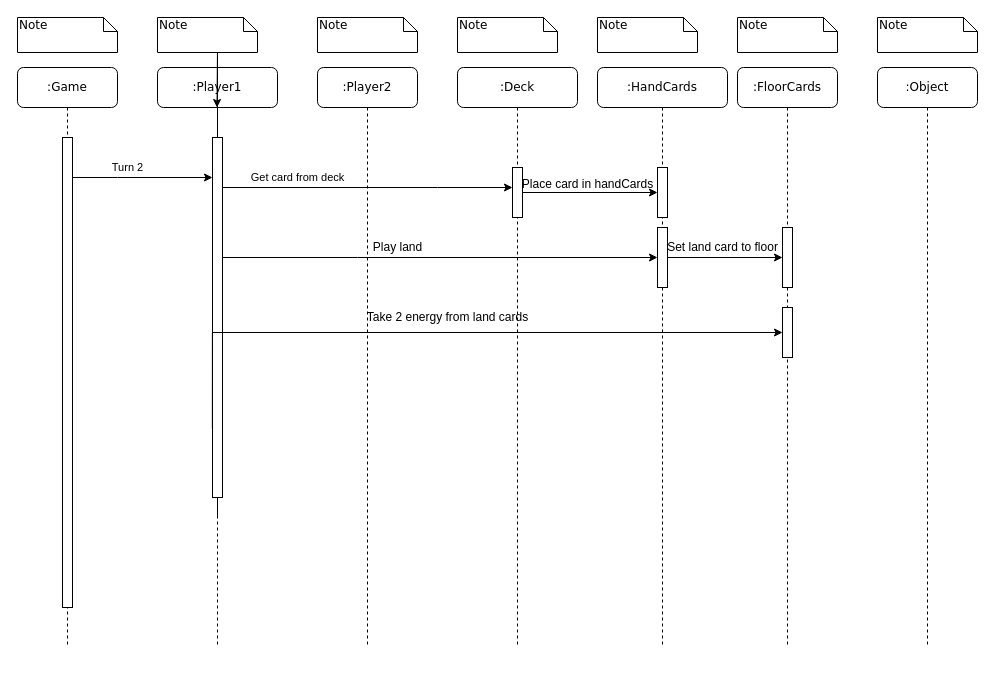
This is TheGatheringConsole/SequenceDiagram.drawio from erngul/Anlyse-7-The-gathering, a draw.io file, before an edit. Source tidied: cells renumbered, new cells numbered last; positions are measured from the earlier drawing's top-left corner, leaving out a move shared by most shapes. Both pictures are drawn from the tidied source at 100%, with x=0, y=0 at pixel (17, 17).
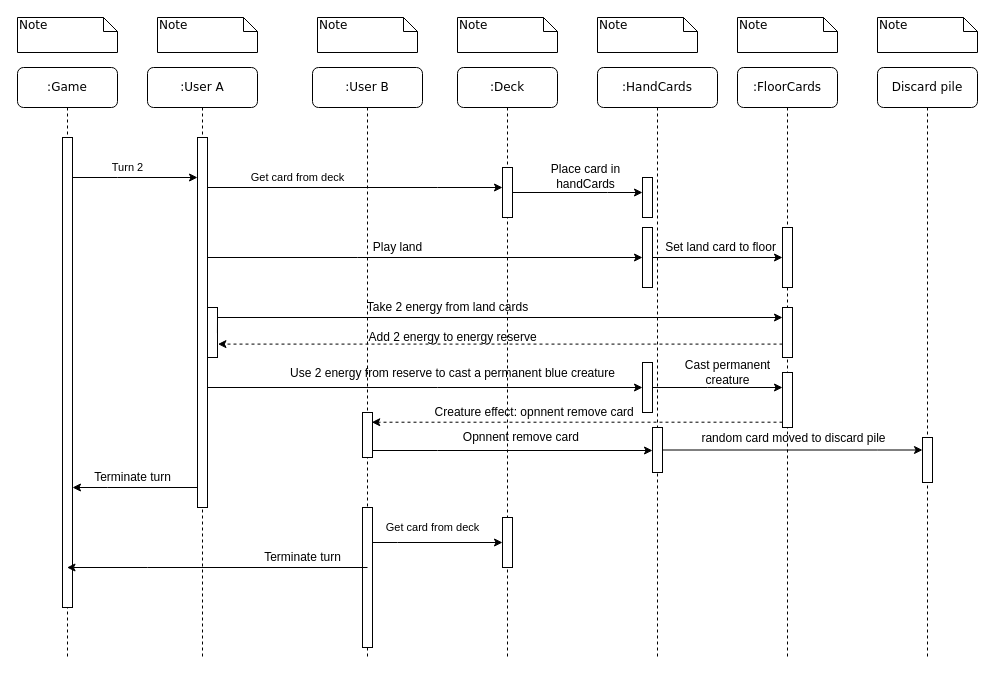
The same page after the edit.

Commit message (it also covers changes not shown here):
diagram finnished

Unchanged cells that the change refers to:
```xml
<mxCell id="8" style="html=1;points=[];perimeter=orthogonalPerimeter;rounded=0;shadow=0;comic=0;labelBackgroundColor=none;strokeWidth=1;fontFamily=Verdana;fontSize=12;align=center;" parent="6" vertex="1">
  <mxGeometry x="45" y="240" width="10" height="50" as="geometry" />
</mxCell>
<mxCell id="15" style="html=1;points=[];perimeter=orthogonalPerimeter;rounded=0;shadow=0;comic=0;labelBackgroundColor=none;strokeWidth=1;fontFamily=Verdana;fontSize=12;align=center;" parent="14" vertex="1">
  <mxGeometry x="45" y="70" width="10" height="470" as="geometry" />
</mxCell>
```

Diff of the diagram source:
```diff
@@
     <mxCell id="2" value=":Deck" style="shape=umlLifeline;perimeter=lifelinePerimeter;whiteSpace=wrap;html=1;rounded=1;shadow=0;comic=0;labelBackgroundColor=none;strokeWidth=1;fontFamily=Verdana;fontSize=12;align=center;" parent="1" vertex="1">
-      <mxGeometry x="440" y="50" width="120" height="580" as="geometry" />
+      <mxGeometry x="440" y="50" width="100" height="590" as="geometry" />
     </mxCell>
     <mxCell id="3" style="html=1;points=[];perimeter=orthogonalPerimeter;rounded=0;shadow=0;comic=0;labelBackgroundColor=none;strokeWidth=1;fontFamily=Verdana;fontSize=12;align=center;" parent="2" vertex="1">
-      <mxGeometry x="55" y="100" width="10" height="50" as="geometry" />
+      <mxGeometry x="45" y="100" width="10" height="50" as="geometry" />
     </mxCell>
+    <mxCell id="35" value="Take 2 energy from land cards" style="text;html=1;align=center;verticalAlign=middle;strokeColor=none;fillColor=none;" parent="2" vertex="1">
+      <mxGeometry x="-100" y="230" width="180" height="20" as="geometry" />
+    </mxCell>
+    <mxCell id="36" value="Creature effect: opnnent remove card&amp;nbsp;&amp;nbsp;" style="text;html=1;align=center;verticalAlign=middle;strokeColor=none;fillColor=none;" parent="2" vertex="1">
+      <mxGeometry x="-30" y="335" width="220" height="20" as="geometry" />
+    </mxCell>
+    <mxCell id="37" style="html=1;points=[];perimeter=orthogonalPerimeter;rounded=0;shadow=0;comic=0;labelBackgroundColor=none;strokeWidth=1;fontFamily=Verdana;fontSize=12;align=center;" parent="2" vertex="1">
+      <mxGeometry x="45" y="450" width="10" height="50" as="geometry" />
+    </mxCell>
     <mxCell id="4" value=":HandCards" style="shape=umlLifeline;perimeter=lifelinePerimeter;whiteSpace=wrap;html=1;rounded=1;shadow=0;comic=0;labelBackgroundColor=none;strokeWidth=1;fontFamily=Verdana;fontSize=12;align=center;" parent="1" vertex="1">
-      <mxGeometry x="580" y="50" width="130" height="580" as="geometry" />
+      <mxGeometry x="580" y="50" width="120" height="590" as="geometry" />
     </mxCell>
     <mxCell id="5" style="html=1;points=[];perimeter=orthogonalPerimeter;rounded=0;shadow=0;comic=0;labelBackgroundColor=none;strokeWidth=1;fontFamily=Verdana;fontSize=12;align=center;" parent="4" vertex="1">
-      <mxGeometry x="60" y="160" width="10" height="60" as="geometry" />
+      <mxGeometry x="45" y="160" width="10" height="60" as="geometry" />
     </mxCell>
+    <mxCell id="38" style="html=1;points=[];perimeter=orthogonalPerimeter;rounded=0;shadow=0;comic=0;labelBackgroundColor=none;strokeWidth=1;fontFamily=Verdana;fontSize=12;align=center;" parent="4" vertex="1">
+      <mxGeometry x="45" y="295" width="10" height="50" as="geometry" />
+    </mxCell>
+    <mxCell id="39" value="Cast permanent &lt;br&gt;creature" style="text;html=1;align=center;verticalAlign=middle;strokeColor=none;fillColor=none;" parent="4" vertex="1">
+      <mxGeometry x="80" y="290" width="100" height="30" as="geometry" />
+    </mxCell>
+    <mxCell id="26" style="html=1;points=[];perimeter=orthogonalPerimeter;rounded=0;shadow=0;comic=0;labelBackgroundColor=none;strokeWidth=1;fontFamily=Verdana;fontSize=12;align=center;" parent="4" vertex="1">
+      <mxGeometry x="45" y="110" width="10" height="40" as="geometry" />
+    </mxCell>
+    <mxCell id="40" style="html=1;points=[];perimeter=orthogonalPerimeter;rounded=0;shadow=0;comic=0;labelBackgroundColor=none;strokeWidth=1;fontFamily=Verdana;fontSize=12;align=center;" parent="4" vertex="1">
+      <mxGeometry x="55" y="360" width="10" height="45" as="geometry" />
+    </mxCell>
     <mxCell id="6" value=":FloorCards" style="shape=umlLifeline;perimeter=lifelinePerimeter;whiteSpace=wrap;html=1;rounded=1;shadow=0;comic=0;labelBackgroundColor=none;strokeWidth=1;fontFamily=Verdana;fontSize=12;align=center;" parent="1" vertex="1">
-      <mxGeometry x="720" y="50" width="100" height="580" as="geometry" />
+      <mxGeometry x="720" y="50" width="100" height="590" as="geometry" />
     </mxCell>
@@
+    <mxCell id="41" style="html=1;points=[];perimeter=orthogonalPerimeter;rounded=0;shadow=0;comic=0;labelBackgroundColor=none;strokeWidth=1;fontFamily=Verdana;fontSize=12;align=center;" parent="6" vertex="1">
+      <mxGeometry x="45" y="305" width="10" height="55" as="geometry" />
+    </mxCell>
-    <mxCell id="9" value=":Player1" style="shape=umlLifeline;perimeter=lifelinePerimeter;whiteSpace=wrap;html=1;outlineConnect=0;rounded=1;shadow=0;comic=0;labelBackgroundColor=none;strokeWidth=1;fontFamily=Verdana;fontSize=12;align=center;" parent="1" vertex="1">
-      <mxGeometry x="140" y="50" width="120" height="580" as="geometry" />
+    <mxCell id="9" value=":User A" style="shape=umlLifeline;perimeter=lifelinePerimeter;whiteSpace=wrap;html=1;outlineConnect=0;rounded=1;shadow=0;comic=0;labelBackgroundColor=none;strokeWidth=1;fontFamily=Verdana;fontSize=12;align=center;" parent="1" vertex="1">
+      <mxGeometry x="130" y="50" width="110" height="590" as="geometry" />
     </mxCell>
-    <mxCell id="10" style="edgeStyle=orthogonalEdgeStyle;rounded=0;jettySize=auto;html=1;" parent="9" edge="1" source="11" target="9">
-      <mxGeometry relative="1" as="geometry" />
-    </mxCell>
     <mxCell id="11" style="html=1;points=[];perimeter=orthogonalPerimeter;rounded=0;shadow=0;comic=0;labelBackgroundColor=none;strokeWidth=1;fontFamily=Verdana;fontSize=12;align=center;" parent="9" vertex="1">
-      <mxGeometry x="55" y="70" width="10" height="360" as="geometry" />
+      <mxGeometry x="50" y="70" width="10" height="370" as="geometry" />
     </mxCell>
+    <mxCell id="42" style="html=1;points=[];perimeter=orthogonalPerimeter;rounded=0;shadow=0;comic=0;labelBackgroundColor=none;strokeWidth=1;fontFamily=Verdana;fontSize=12;align=center;" parent="9" vertex="1">
+      <mxGeometry x="60" y="240" width="10" height="50" as="geometry" />
+    </mxCell>
-    <mxCell id="12" value=":Player2" style="shape=umlLifeline;perimeter=lifelinePerimeter;whiteSpace=wrap;html=1;rounded=1;shadow=0;comic=0;labelBackgroundColor=none;strokeWidth=1;fontFamily=Verdana;fontSize=12;align=center;" parent="1" vertex="1">
-      <mxGeometry x="300" y="50" width="100" height="580" as="geometry" />
+    <mxCell id="12" value=":User B" style="shape=umlLifeline;perimeter=lifelinePerimeter;whiteSpace=wrap;html=1;rounded=1;shadow=0;comic=0;labelBackgroundColor=none;strokeWidth=1;fontFamily=Verdana;fontSize=12;align=center;" parent="1" vertex="1">
+      <mxGeometry x="295" y="50" width="110" height="590" as="geometry" />
     </mxCell>
+    <mxCell id="43" value="Use 2 energy from reserve to cast a permanent blue creature" style="text;html=1;align=center;verticalAlign=middle;strokeColor=none;fillColor=none;" parent="12" vertex="1">
+      <mxGeometry x="-30" y="296" width="340" height="20" as="geometry" />
+    </mxCell>
+    <mxCell id="44" style="html=1;points=[];perimeter=orthogonalPerimeter;rounded=0;shadow=0;comic=0;labelBackgroundColor=none;strokeWidth=1;fontFamily=Verdana;fontSize=12;align=center;" parent="12" vertex="1">
+      <mxGeometry x="50" y="345" width="10" height="45" as="geometry" />
+    </mxCell>
+    <mxCell id="45" style="html=1;points=[];perimeter=orthogonalPerimeter;rounded=0;shadow=0;comic=0;labelBackgroundColor=none;strokeWidth=1;fontFamily=Verdana;fontSize=12;align=center;" parent="12" vertex="1">
+      <mxGeometry x="50" y="440" width="10" height="140" as="geometry" />
+    </mxCell>
-    <mxCell id="13" value=":Object" style="shape=umlLifeline;perimeter=lifelinePerimeter;whiteSpace=wrap;html=1;rounded=1;shadow=0;comic=0;labelBackgroundColor=none;strokeWidth=1;fontFamily=Verdana;fontSize=12;align=center;" parent="1" vertex="1">
-      <mxGeometry x="860" y="50" width="100" height="580" as="geometry" />
+    <mxCell id="13" value="Discard pile" style="shape=umlLifeline;perimeter=lifelinePerimeter;whiteSpace=wrap;html=1;rounded=1;shadow=0;comic=0;labelBackgroundColor=none;strokeWidth=1;fontFamily=Verdana;fontSize=12;align=center;" parent="1" vertex="1">
+      <mxGeometry x="860" y="50" width="100" height="590" as="geometry" />
     </mxCell>
+    <mxCell id="46" style="html=1;points=[];perimeter=orthogonalPerimeter;rounded=0;shadow=0;comic=0;labelBackgroundColor=none;strokeWidth=1;fontFamily=Verdana;fontSize=12;align=center;" parent="13" vertex="1">
+      <mxGeometry x="45" y="370" width="10" height="45" as="geometry" />
+    </mxCell>
     <mxCell id="14" value=":Game" style="shape=umlLifeline;perimeter=lifelinePerimeter;whiteSpace=wrap;html=1;outlineConnect=0;rounded=1;shadow=0;comic=0;labelBackgroundColor=none;strokeWidth=1;fontFamily=Verdana;fontSize=12;align=center;" parent="1" vertex="1">
-      <mxGeometry y="50" width="100" height="580" as="geometry" />
+      <mxGeometry y="50" width="100" height="590" as="geometry" />
     </mxCell>
@@
     <mxCell id="25" style="edgeStyle=orthogonalEdgeStyle;rounded=0;jettySize=auto;html=1;" parent="1" edge="1" source="3" target="26">
-      <mxGeometry relative="1" as="geometry" />
+      <mxGeometry relative="1" as="geometry">
+        <Array as="points">
+          <mxPoint x="590" y="175" />
+          <mxPoint x="590" y="175" />
+        </Array>
+      </mxGeometry>
     </mxCell>
-    <mxCell id="26" style="html=1;points=[];perimeter=orthogonalPerimeter;rounded=0;shadow=0;comic=0;labelBackgroundColor=none;strokeWidth=1;fontFamily=Verdana;fontSize=12;align=center;" parent="1" vertex="1">
-      <mxGeometry x="640" y="150" width="10" height="50" as="geometry" />
-    </mxCell>
-    <mxCell id="27" value="Place card in handCards" style="text;html=1;align=center;verticalAlign=middle;strokeColor=none;fillColor=none;" parent="1" vertex="1">
-      <mxGeometry x="495" y="157" width="150" height="20" as="geometry" />
+    <mxCell id="27" value="Place card in &lt;br&gt;handCards" style="text;html=1;align=center;verticalAlign=middle;strokeColor=none;fillColor=none;" parent="1" vertex="1">
+      <mxGeometry x="528" y="144" width="80" height="30" as="geometry" />
     </mxCell>
@@
     <mxCell id="33" value="Set land card to floor" style="text;html=1;align=center;verticalAlign=middle;strokeColor=none;fillColor=none;" parent="1" vertex="1">
-      <mxGeometry x="640" y="220" width="130" height="20" as="geometry" />
+      <mxGeometry x="638" y="220" width="130" height="20" as="geometry" />
     </mxCell>
-    <mxCell id="34" style="edgeStyle=orthogonalEdgeStyle;rounded=0;jettySize=auto;html=1;exitX=-0.014;exitY=0.809;exitDx=0;exitDy=0;exitPerimeter=0;" parent="1" edge="1" source="11" target="8">
+    <mxCell id="34" style="edgeStyle=orthogonalEdgeStyle;rounded=0;jettySize=auto;html=1;exitX=0.995;exitY=0.513;exitDx=0;exitDy=0;exitPerimeter=0;" parent="1" edge="1" source="42" target="8">
       <mxGeometry relative="1" as="geometry">
         <Array as="points">
-          <mxPoint x="195" y="315" />
+          <mxPoint x="200" y="300" />
         </Array>
       </mxGeometry>
     </mxCell>
-    <mxCell id="35" value="Take 2 energy from land cards" style="text;html=1;align=center;verticalAlign=middle;strokeColor=none;fillColor=none;" parent="1" vertex="1">
-      <mxGeometry x="340" y="290" width="180" height="20" as="geometry" />
-    </mxCell>
+    <mxCell id="47" style="edgeStyle=orthogonalEdgeStyle;rounded=0;jettySize=auto;html=1;" parent="1" edge="1" source="11" target="38">
+      <mxGeometry relative="1" as="geometry">
+        <Array as="points">
+          <mxPoint x="420" y="370" />
+          <mxPoint x="420" y="370" />
+        </Array>
+      </mxGeometry>
+    </mxCell>
+    <mxCell id="48" style="edgeStyle=orthogonalEdgeStyle;rounded=0;jettySize=auto;html=1;" parent="1" edge="1" source="38" target="41">
+      <mxGeometry relative="1" as="geometry">
+        <Array as="points">
+          <mxPoint x="690" y="370" />
+          <mxPoint x="690" y="370" />
+        </Array>
+      </mxGeometry>
+    </mxCell>
+    <mxCell id="49" style="edgeStyle=orthogonalEdgeStyle;rounded=0;jettySize=auto;html=1;entryX=1.043;entryY=0.732;entryDx=0;entryDy=0;entryPerimeter=0;dashed=1;" parent="1" edge="1" source="8" target="42">
+      <mxGeometry relative="1" as="geometry">
+        <Array as="points">
+          <mxPoint x="483" y="327" />
+        </Array>
+      </mxGeometry>
+    </mxCell>
+    <mxCell id="50" value="Add 2 energy to energy reserve" style="text;html=1;align=center;verticalAlign=middle;strokeColor=none;fillColor=none;" parent="1" vertex="1">
+      <mxGeometry x="345" y="310" width="180" height="20" as="geometry" />
+    </mxCell>
+    <mxCell id="51" style="edgeStyle=orthogonalEdgeStyle;rounded=0;jettySize=auto;html=1;dashed=1;entryX=0.924;entryY=0.216;entryDx=0;entryDy=0;entryPerimeter=0;" parent="1" edge="1" source="41" target="44">
+      <mxGeometry relative="1" as="geometry">
+        <Array as="points">
+          <mxPoint x="560" y="405" />
+        </Array>
+      </mxGeometry>
+    </mxCell>
+    <mxCell id="52" style="edgeStyle=orthogonalEdgeStyle;rounded=0;jettySize=auto;html=1;" parent="1" edge="1" source="44" target="40">
+      <mxGeometry relative="1" as="geometry">
+        <Array as="points">
+          <mxPoint x="420" y="433" />
+          <mxPoint x="420" y="433" />
+        </Array>
+      </mxGeometry>
+    </mxCell>
+    <mxCell id="53" value="Opnnent remove card&amp;nbsp;" style="text;html=1;align=center;verticalAlign=middle;strokeColor=none;fillColor=none;" parent="1" vertex="1">
+      <mxGeometry x="440" y="410" width="130" height="20" as="geometry" />
+    </mxCell>
+    <mxCell id="54" style="edgeStyle=orthogonalEdgeStyle;rounded=0;jettySize=auto;html=1;" parent="1" edge="1" source="40" target="46">
+      <mxGeometry relative="1" as="geometry">
+        <Array as="points">
+          <mxPoint x="860" y="433" />
+          <mxPoint x="860" y="433" />
+        </Array>
+      </mxGeometry>
+    </mxCell>
+    <mxCell id="55" value="random card moved to discard pile" style="text;html=1;align=center;verticalAlign=middle;strokeColor=none;fillColor=none;" parent="1" vertex="1">
+      <mxGeometry x="676" y="411" width="200" height="20" as="geometry" />
+    </mxCell>
+    <mxCell id="56" style="edgeStyle=orthogonalEdgeStyle;rounded=0;jettySize=auto;html=1;" parent="1" edge="1" source="11" target="15">
+      <mxGeometry relative="1" as="geometry">
+        <Array as="points">
+          <mxPoint x="90" y="470" />
+          <mxPoint x="90" y="470" />
+        </Array>
+      </mxGeometry>
+    </mxCell>
+    <mxCell id="57" value="Terminate turn" style="text;html=1;align=center;verticalAlign=middle;strokeColor=none;fillColor=none;" parent="1" vertex="1">
+      <mxGeometry x="70" y="450" width="90" height="20" as="geometry" />
+    </mxCell>
+    <mxCell id="58" style="edgeStyle=orthogonalEdgeStyle;rounded=0;jettySize=auto;html=1;" parent="1" edge="1" source="45" target="37">
+      <mxGeometry relative="1" as="geometry">
+        <Array as="points">
+          <mxPoint x="380" y="525" />
+          <mxPoint x="380" y="525" />
+        </Array>
+      </mxGeometry>
+    </mxCell>
+    <mxCell id="59" value="&lt;span style=&quot;font-size: 11px ; background-color: rgb(255 , 255 , 255)&quot;&gt;Get card from deck&lt;/span&gt;" style="text;html=1;align=center;verticalAlign=middle;strokeColor=none;fillColor=none;" parent="1" vertex="1">
+      <mxGeometry x="360" y="500" width="110" height="20" as="geometry" />
+    </mxCell>
+    <mxCell id="60" style="edgeStyle=orthogonalEdgeStyle;rounded=0;jettySize=auto;html=1;" parent="1" edge="1" target="14">
+      <mxGeometry relative="1" as="geometry">
+        <mxPoint x="350" y="550" as="sourcePoint" />
+        <Array as="points">
+          <mxPoint x="130" y="550" />
+          <mxPoint x="130" y="550" />
+        </Array>
+      </mxGeometry>
+    </mxCell>
+    <mxCell id="61" value="Terminate turn" style="text;html=1;align=center;verticalAlign=middle;strokeColor=none;fillColor=none;" parent="1" vertex="1">
+      <mxGeometry x="240" y="530" width="90" height="20" as="geometry" />
+    </mxCell>
```
